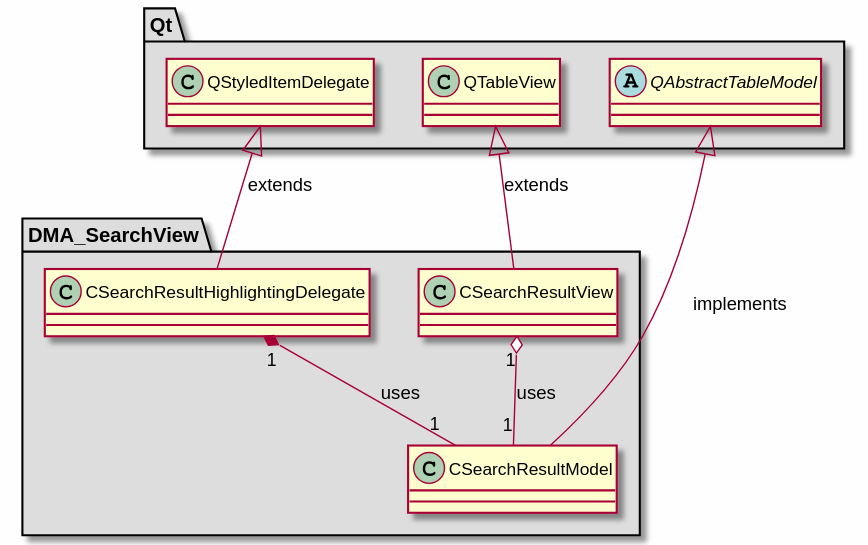
svlad-90/DLT-Message-Analyzer keeps this PlantUML diagram as md/dev_docs/puml/DMA_SearchView_standalone.svg. Above is the earlier version.
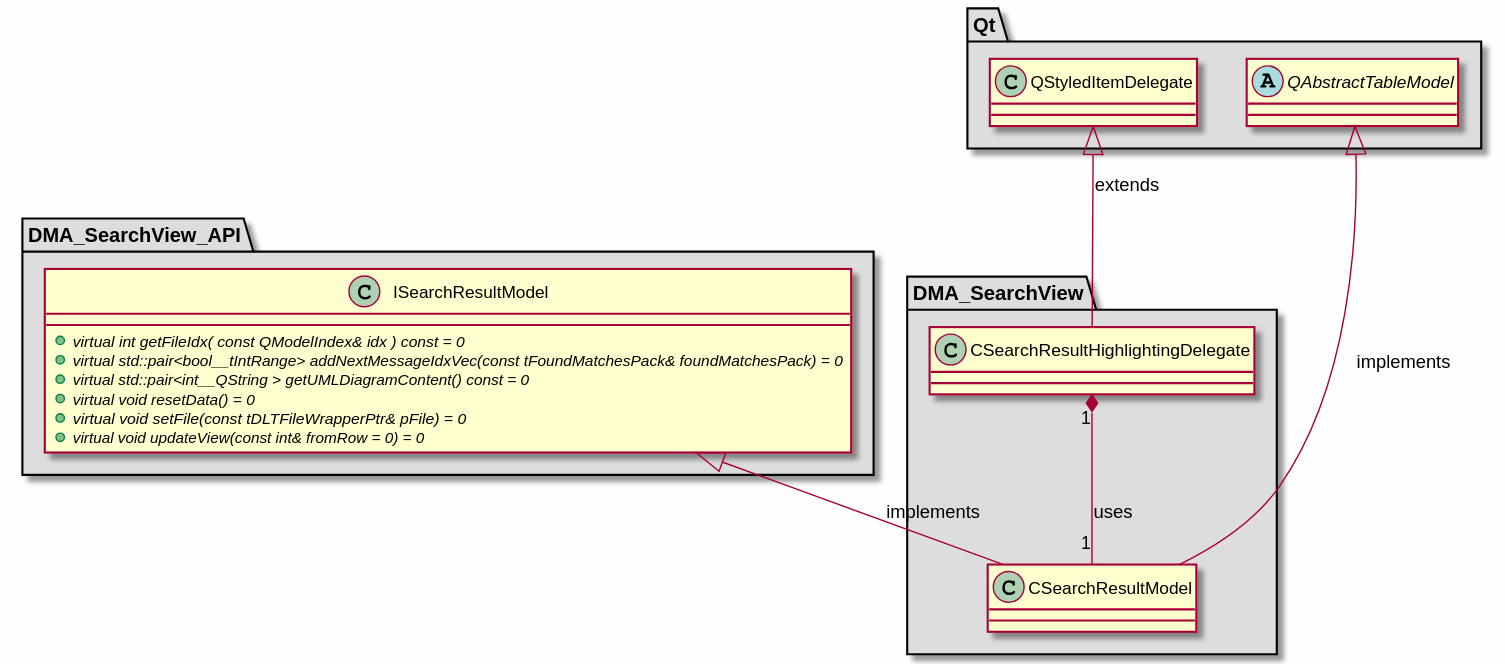
The same file after the commit.

Change to the diagram source:
```diff
@@ -13,8 +13,19 @@
 {
 }
 
-class "CSearchResultView"
+}
+
+package "DMA_SearchView_API" #DDDDDD
 {
+
+class "ISearchResultModel"
+{
+    + {abstract} virtual int getFileIdx( const QModelIndex& idx ) const = 0
+    + {abstract} virtual std::pair<bool__tIntRange> addNextMessageIdxVec(const tFoundMatchesPack& foundMatchesPack) = 0
+    + {abstract} virtual std::pair<int__QString > getUMLDiagramContent() const = 0
+    + {abstract} virtual void resetData() = 0
+    + {abstract} virtual void setFile(const tDLTFileWrapperPtr& pFile) = 0
+    + {abstract} virtual void updateView(const int& fromRow = 0) = 0
 }
 
 }
@@ -30,17 +41,12 @@
 {
 }
 
-class "QTableView"
-{
-}
-
 }
 
 QStyledItemDelegate <|-- CSearchResultHighlightingDelegate : extends
+ISearchResultModel <|-- CSearchResultModel : implements
 QAbstractTableModel <|-- CSearchResultModel : implements
-QTableView <|-- CSearchResultView : extends
 
 CSearchResultHighlightingDelegate "1" *-- "1" CSearchResultModel : uses
-CSearchResultView "1" o-- "1" CSearchResultModel : uses
 
 @enduml
```
